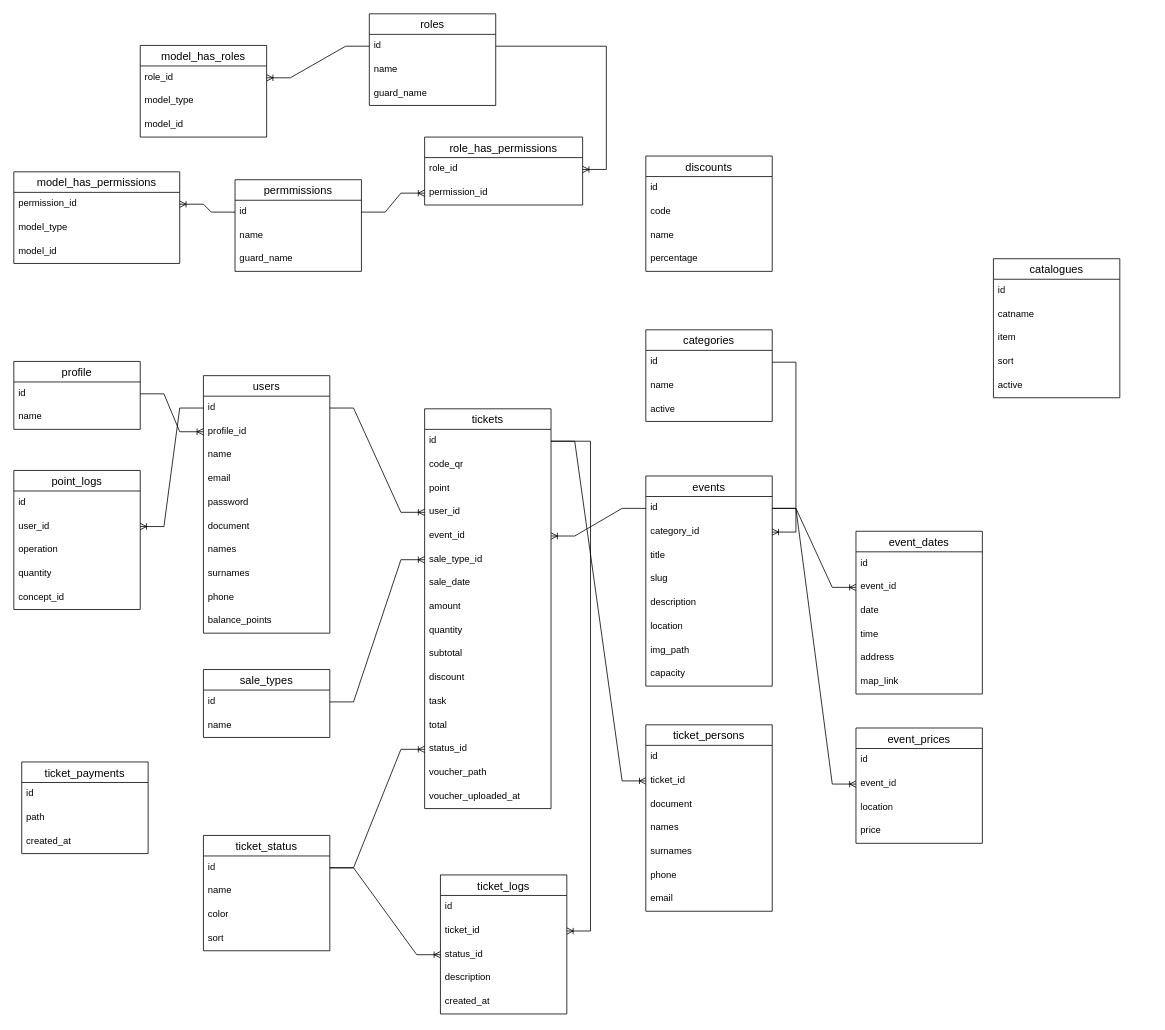
programwoft/test-repo keeps this draw.io diagram as tickets.drawio. Above is the earlier version. Source tidied: cells renumbered, new cells numbered last; positions are measured from the earlier drawing's top-left corner, leaving out a move shared by most shapes. Both pictures are drawn from the tidied source at 79%, with x=0, y=0 at pixel (13, 13).
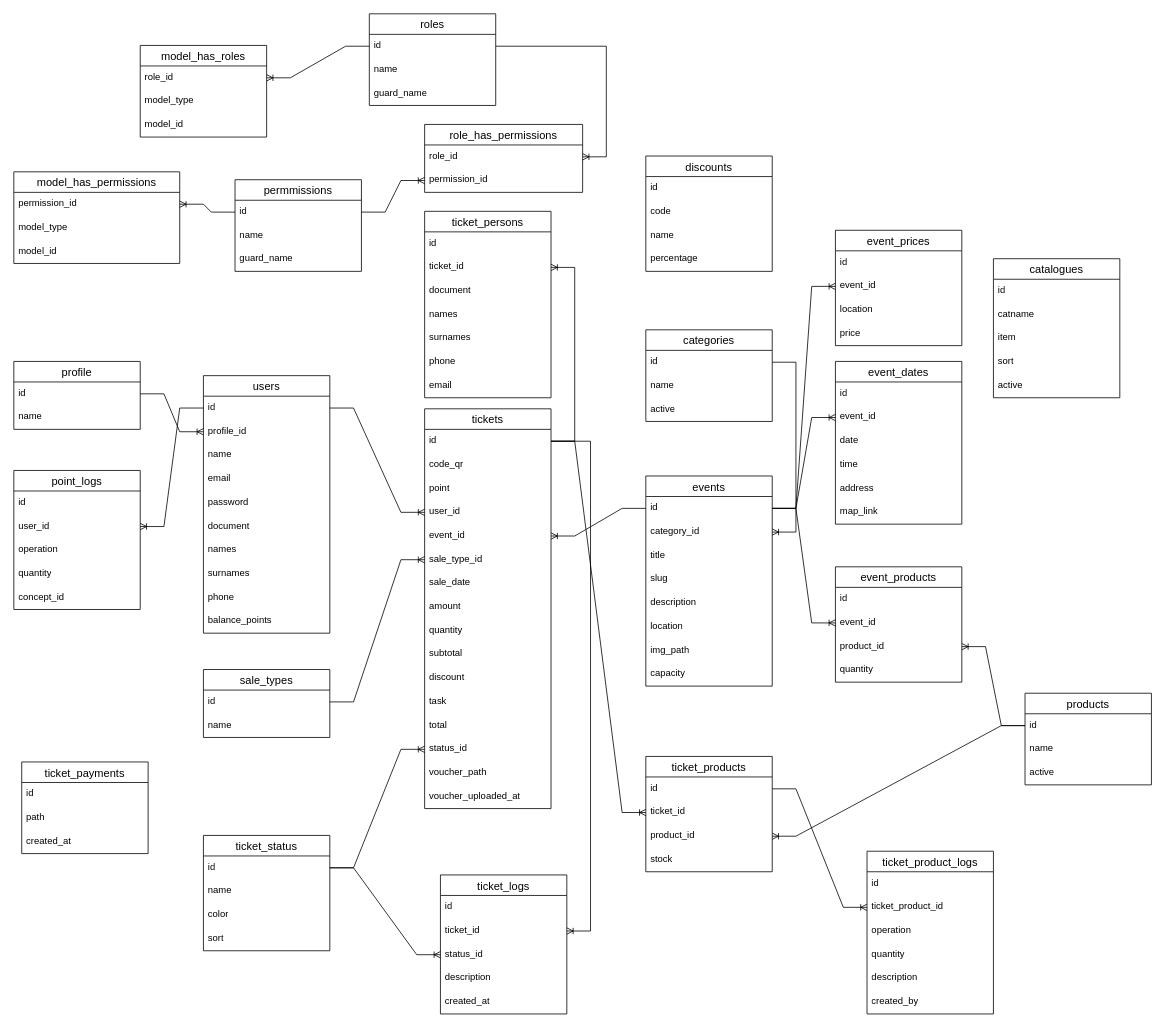
After the change.

Unchanged cells that the change refers to:
```xml
<mxCell id="17" value="id" style="text;strokeColor=none;fillColor=none;spacingLeft=4;spacingRight=4;overflow=hidden;points=[[0,0.5],[1,0.5]];portConstraint=eastwest;fontSize=12;whiteSpace=wrap;html=1;" parent="16" vertex="1">
  <mxGeometry y="26" width="160" height="30" as="geometry" />
</mxCell>
<mxCell id="26" value="id" style="text;strokeColor=none;fillColor=none;spacingLeft=4;spacingRight=4;overflow=hidden;points=[[0,0.5],[1,0.5]];portConstraint=eastwest;fontSize=12;whiteSpace=wrap;html=1;" parent="25" vertex="1">
  <mxGeometry y="26" width="160" height="30" as="geometry" />
</mxCell>
```

Change to the diagram source:
```diff
@@
     <mxCell id="46" value="event_dates" style="swimlane;fontStyle=0;horizontal=1;startSize=26;align=center;fontSize=14;" parent="1" vertex="1">
-      <mxGeometry x="1066" y="655" width="160" height="206" as="geometry" />
+      <mxGeometry x="1040" y="440" width="160" height="206" as="geometry" />
     </mxCell>
@@
     <mxCell id="55" value="event_prices" style="swimlane;fontStyle=0;horizontal=1;startSize=26;align=center;fontSize=14;" parent="1" vertex="1">
-      <mxGeometry x="1066" y="904" width="160" height="146" as="geometry" />
+      <mxGeometry x="1040" y="274" width="160" height="146" as="geometry" />
     </mxCell>
@@
     <mxCell id="96" value="role_has_permissions" style="swimlane;fontStyle=0;horizontal=1;startSize=26;align=center;fontSize=14;" parent="1" vertex="1">
-      <mxGeometry x="520" y="156" width="200" height="86" as="geometry" />
+      <mxGeometry x="520" y="140" width="200" height="86" as="geometry" />
     </mxCell>
@@
     <mxCell id="115" value="ticket_persons" style="swimlane;fontStyle=0;horizontal=1;startSize=26;align=center;fontSize=14;" parent="1" vertex="1">
-      <mxGeometry x="800" y="900" width="160" height="236" as="geometry" />
+      <mxGeometry x="520" y="250" width="160" height="236" as="geometry" />
     </mxCell>
@@
+    <mxCell id="136" value="ticket_products" style="swimlane;fontStyle=0;horizontal=1;startSize=26;align=center;fontSize=14;" parent="1" vertex="1">
+      <mxGeometry x="800" y="940" width="160" height="146" as="geometry" />
+    </mxCell>
+    <mxCell id="137" value="id" style="text;strokeColor=none;fillColor=none;spacingLeft=4;spacingRight=4;overflow=hidden;points=[[0,0.5],[1,0.5]];portConstraint=eastwest;fontSize=12;whiteSpace=wrap;html=1;" parent="136" vertex="1">
+      <mxGeometry y="26" width="160" height="30" as="geometry" />
+    </mxCell>
+    <mxCell id="138" value="ticket_id" style="text;strokeColor=none;fillColor=none;spacingLeft=4;spacingRight=4;overflow=hidden;points=[[0,0.5],[1,0.5]];portConstraint=eastwest;fontSize=12;whiteSpace=wrap;html=1;" parent="136" vertex="1">
+      <mxGeometry y="56" width="160" height="30" as="geometry" />
+    </mxCell>
+    <mxCell id="139" value="product_id" style="text;strokeColor=none;fillColor=none;spacingLeft=4;spacingRight=4;overflow=hidden;points=[[0,0.5],[1,0.5]];portConstraint=eastwest;fontSize=12;whiteSpace=wrap;html=1;" parent="136" vertex="1">
+      <mxGeometry y="86" width="160" height="30" as="geometry" />
+    </mxCell>
+    <mxCell id="140" value="stock" style="text;strokeColor=none;fillColor=none;spacingLeft=4;spacingRight=4;overflow=hidden;fontSize=12;whiteSpace=wrap;html=1;" parent="136" vertex="1">
+      <mxGeometry y="116" width="160" height="30" as="geometry" />
+    </mxCell>
+    <mxCell id="141" value="products" style="swimlane;fontStyle=0;horizontal=1;startSize=26;align=center;fontSize=14;" parent="1" vertex="1">
+      <mxGeometry x="1280" y="860" width="160" height="116" as="geometry" />
+    </mxCell>
+    <mxCell id="142" value="id" style="text;strokeColor=none;fillColor=none;spacingLeft=4;spacingRight=4;overflow=hidden;points=[[0,0.5],[1,0.5]];portConstraint=eastwest;fontSize=12;whiteSpace=wrap;html=1;" parent="141" vertex="1">
+      <mxGeometry y="26" width="160" height="30" as="geometry" />
+    </mxCell>
+    <mxCell id="143" value="name" style="text;strokeColor=none;fillColor=none;spacingLeft=4;spacingRight=4;overflow=hidden;fontSize=12;whiteSpace=wrap;html=1;" parent="141" vertex="1">
+      <mxGeometry y="56" width="160" height="30" as="geometry" />
+    </mxCell>
+    <mxCell id="144" value="active" style="text;strokeColor=none;fillColor=none;spacingLeft=4;spacingRight=4;overflow=hidden;fontSize=12;whiteSpace=wrap;html=1;" parent="141" vertex="1">
+      <mxGeometry y="86" width="160" height="30" as="geometry" />
+    </mxCell>
+    <mxCell id="145" style="edgeStyle=entityRelationEdgeStyle;fontSize=12;html=1;endArrow=ERoneToMany;rounded=0;" parent="1" edge="1" source="142" target="139">
+      <mxGeometry relative="1" as="geometry" />
+    </mxCell>
+    <mxCell id="146" style="edgeStyle=entityRelationEdgeStyle;fontSize=12;html=1;endArrow=ERoneToMany;rounded=0;" parent="1" edge="1" source="26" target="138">
+      <mxGeometry relative="1" as="geometry" />
+    </mxCell>
+    <mxCell id="147" value="ticket_product_logs" style="swimlane;fontStyle=0;horizontal=1;startSize=26;align=center;fontSize=14;" parent="1" vertex="1">
+      <mxGeometry x="1080" y="1060" width="160" height="206" as="geometry" />
+    </mxCell>
+    <mxCell id="148" value="id" style="text;strokeColor=none;fillColor=none;spacingLeft=4;spacingRight=4;overflow=hidden;fontSize=12;whiteSpace=wrap;html=1;" parent="147" vertex="1">
+      <mxGeometry y="26" width="160" height="30" as="geometry" />
+    </mxCell>
+    <mxCell id="149" value="ticket_product_id" style="text;strokeColor=none;fillColor=none;spacingLeft=4;spacingRight=4;overflow=hidden;points=[[0,0.5],[1,0.5]];portConstraint=eastwest;fontSize=12;whiteSpace=wrap;html=1;" parent="147" vertex="1">
+      <mxGeometry y="56" width="160" height="30" as="geometry" />
+    </mxCell>
+    <mxCell id="150" value="operation" style="text;strokeColor=none;fillColor=none;spacingLeft=4;spacingRight=4;overflow=hidden;fontSize=12;whiteSpace=wrap;html=1;" parent="147" vertex="1">
+      <mxGeometry y="86" width="160" height="30" as="geometry" />
+    </mxCell>
+    <mxCell id="151" value="quantity" style="text;strokeColor=none;fillColor=none;spacingLeft=4;spacingRight=4;overflow=hidden;fontSize=12;whiteSpace=wrap;html=1;" parent="147" vertex="1">
+      <mxGeometry y="116" width="160" height="30" as="geometry" />
+    </mxCell>
+    <mxCell id="152" value="description" style="text;strokeColor=none;fillColor=none;spacingLeft=4;spacingRight=4;overflow=hidden;fontSize=12;whiteSpace=wrap;html=1;" parent="147" vertex="1">
+      <mxGeometry y="146" width="160" height="30" as="geometry" />
+    </mxCell>
+    <mxCell id="153" value="created_by" style="text;strokeColor=none;fillColor=none;spacingLeft=4;spacingRight=4;overflow=hidden;fontSize=12;whiteSpace=wrap;html=1;" parent="147" vertex="1">
+      <mxGeometry y="176" width="160" height="30" as="geometry" />
+    </mxCell>
+    <mxCell id="154" style="edgeStyle=entityRelationEdgeStyle;fontSize=12;html=1;endArrow=ERoneToMany;rounded=0;" parent="1" edge="1" source="137" target="149">
+      <mxGeometry relative="1" as="geometry" />
+    </mxCell>
+    <mxCell id="155" value="event_products" style="swimlane;fontStyle=0;horizontal=1;startSize=26;align=center;fontSize=14;" parent="1" vertex="1">
+      <mxGeometry x="1040" y="700" width="160" height="146" as="geometry" />
+    </mxCell>
+    <mxCell id="156" value="id" style="text;strokeColor=none;fillColor=none;spacingLeft=4;spacingRight=4;overflow=hidden;fontSize=12;whiteSpace=wrap;html=1;" parent="155" vertex="1">
+      <mxGeometry y="26" width="160" height="30" as="geometry" />
+    </mxCell>
+    <mxCell id="157" value="event_id" style="text;strokeColor=none;fillColor=none;spacingLeft=4;spacingRight=4;overflow=hidden;points=[[0,0.5],[1,0.5]];portConstraint=eastwest;fontSize=12;whiteSpace=wrap;html=1;" parent="155" vertex="1">
+      <mxGeometry y="56" width="160" height="30" as="geometry" />
+    </mxCell>
+    <mxCell id="158" value="product_id" style="text;strokeColor=none;fillColor=none;spacingLeft=4;spacingRight=4;overflow=hidden;points=[[0,0.5],[1,0.5]];portConstraint=eastwest;fontSize=12;whiteSpace=wrap;html=1;" parent="155" vertex="1">
+      <mxGeometry y="86" width="160" height="30" as="geometry" />
+    </mxCell>
+    <mxCell id="159" value="quantity" style="text;strokeColor=none;fillColor=none;spacingLeft=4;spacingRight=4;overflow=hidden;fontSize=12;whiteSpace=wrap;html=1;" parent="155" vertex="1">
+      <mxGeometry y="116" width="160" height="30" as="geometry" />
+    </mxCell>
+    <mxCell id="160" style="edgeStyle=entityRelationEdgeStyle;fontSize=12;html=1;endArrow=ERoneToMany;rounded=0;" parent="1" edge="1" source="17" target="157">
+      <mxGeometry relative="1" as="geometry" />
+    </mxCell>
+    <mxCell id="161" style="edgeStyle=entityRelationEdgeStyle;fontSize=12;html=1;endArrow=ERoneToMany;rounded=0;" parent="1" edge="1" source="142" target="158">
+      <mxGeometry relative="1" as="geometry" />
+    </mxCell>
```
